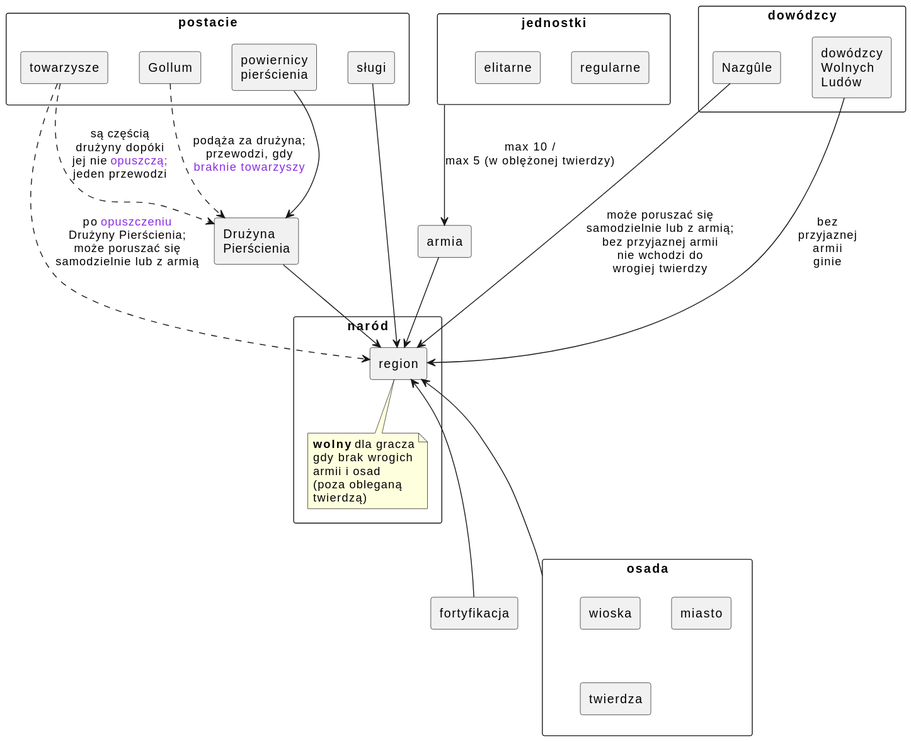
This is main.svg from marekciupak/wojna_o_pierscien_druga_edycja, a PlantUML export, as it was before one commit.
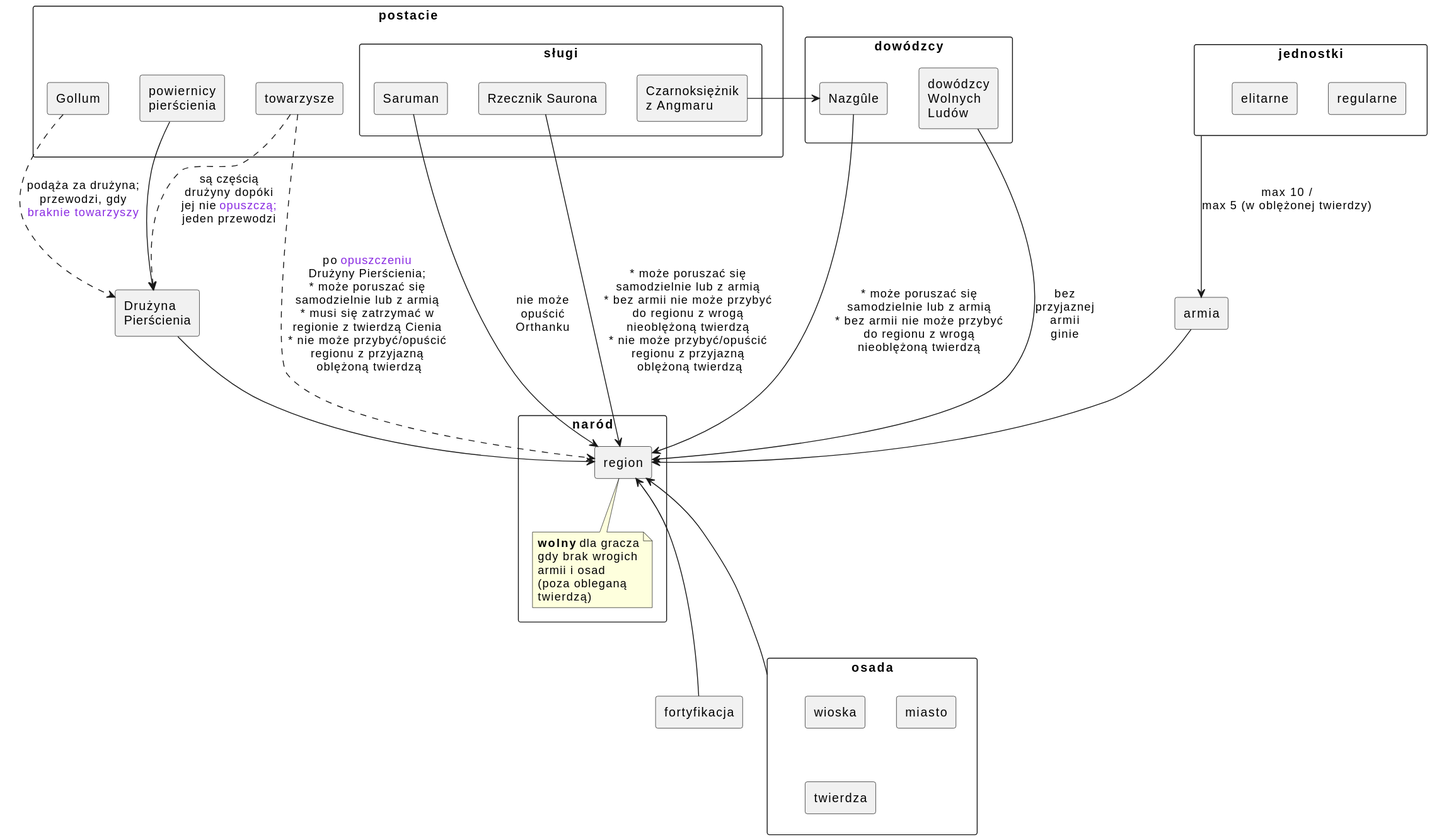
After the change.

Commit message:
Add more rules to main diagram

Change to the diagram source:
```diff
@@ -3,7 +3,11 @@
   rectangle towarzysze
   rectangle powiernicy as "powiernicy\npierścienia"
   rectangle Gollum
-  rectangle slugi as "sługi"
+  rectangle slugi as "sługi" {
+    rectangle Saruman
+    rectangle rzecznikSaurona as "Rzecznik Saurona"
+    rectangle czarnoksieznik as "Czarnoksiężnik\nz Angmaru"
+  }
 }
 rectangle jednostki {
   rectangle regularne
@@ -20,13 +24,16 @@
   note bottom of region: **wolny** dla gracza\ngdy brak wrogich\narmii i osad\n(poza obleganą\ntwierdzą)
 }
 
-towarzysze ...> region: po <font color="BlueViolet">opuszczeniu\nDrużyny Pierścienia;\nmoże poruszać się\nsamodzielnie lub z armią
+czarnoksieznik -> Nazgule
+
+towarzysze ...> region: po <font color="BlueViolet">opuszczeniu\nDrużyny Pierścienia;\n* może poruszać się\nsamodzielnie lub z armią\n* musi się zatrzymać w\nregionie z twierdzą Cienia\n* nie może przybyć/opuścić\nregionu z przyjazną\n oblężoną twierdzą
 towarzysze ..> druzyna: są częścią\ndrużyny dopóki\njej nie <font color="BlueViolet">opuszczą;\njeden przewodzi
 Gollum ..> druzyna: podąża za drużyna;\nprzewodzi, gdy\n<font color="BlueViolet">braknie towarzyszy
 powiernicy --> druzyna
-slugi ---> region
+rzecznikSaurona ---> region: \n* może poruszać się\nsamodzielnie lub z armią\n* bez armii nie może przybyć\ndo regionu z wrogą\nnieoblężoną twierdzą\n* nie może przybyć/opuścić\nregionu z przyjazną\n oblężoną twierdzą
+Saruman ---> region: nie może\nopuścić\nOrthanku
 
-Nazgule ---> region: może poruszać się\nsamodzielnie lub z armią;\nbez przyjaznej armii\nnie wchodzi do\nwrogiej twierdzy
+Nazgule ---> region: \n* może poruszać się\nsamodzielnie lub z armią\n* bez armii nie może przybyć\ndo regionu z wrogą\nnieoblężoną twierdzą
 dowodzcyWolnychLudow ---> region: bez\nprzyjaznej\narmii\nginie
 jednostki --> armia: "max 10 /\nmax 5 (w oblężonej twierdzy)"
 
```
